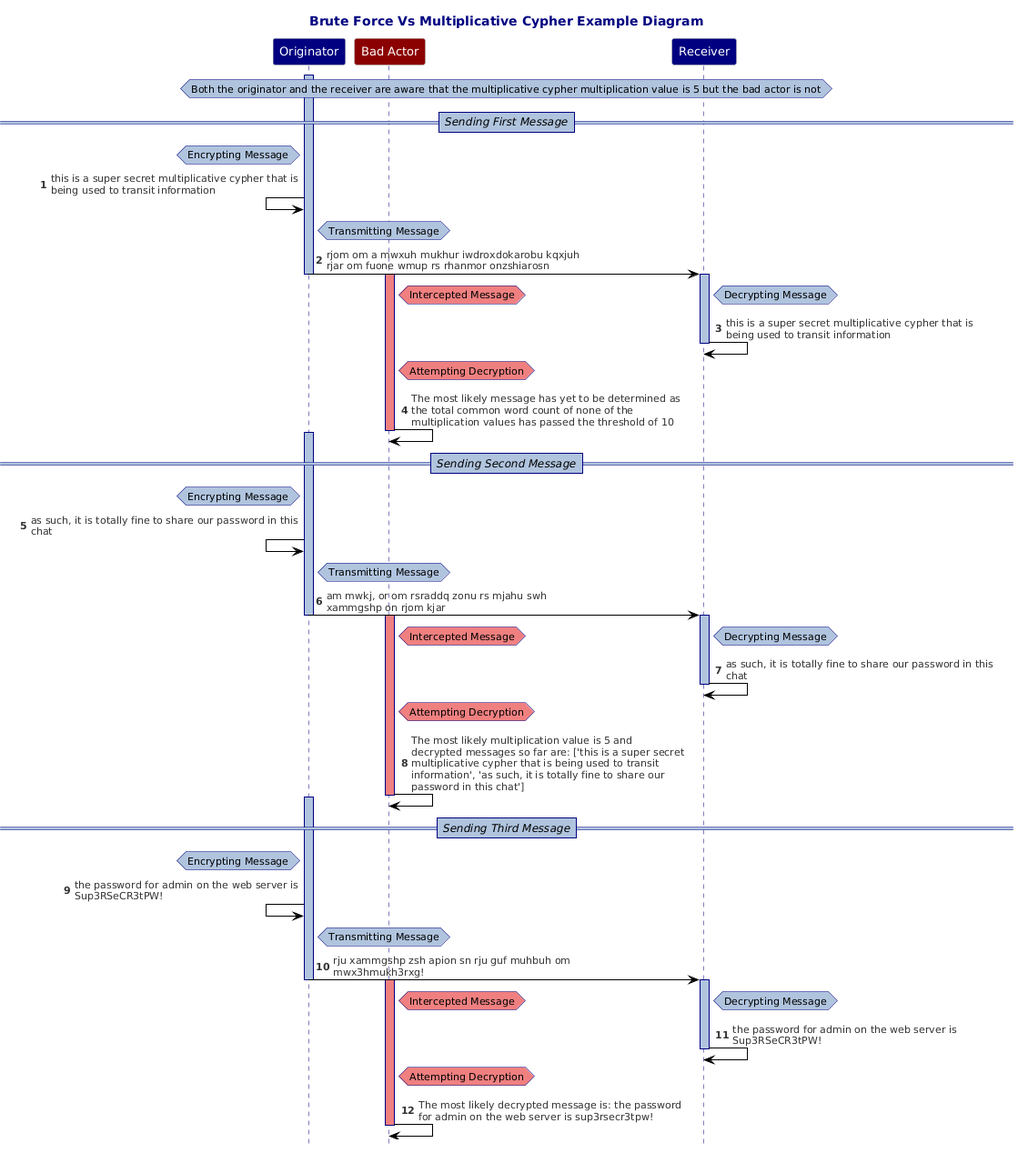
Before: GeneratingDiagrams/Diagrams/BruteForceVsMultiplicativeCypherSequence.png, a diagram exported from PlantUML (jbarbourmoore/Cryptography-Exploration).
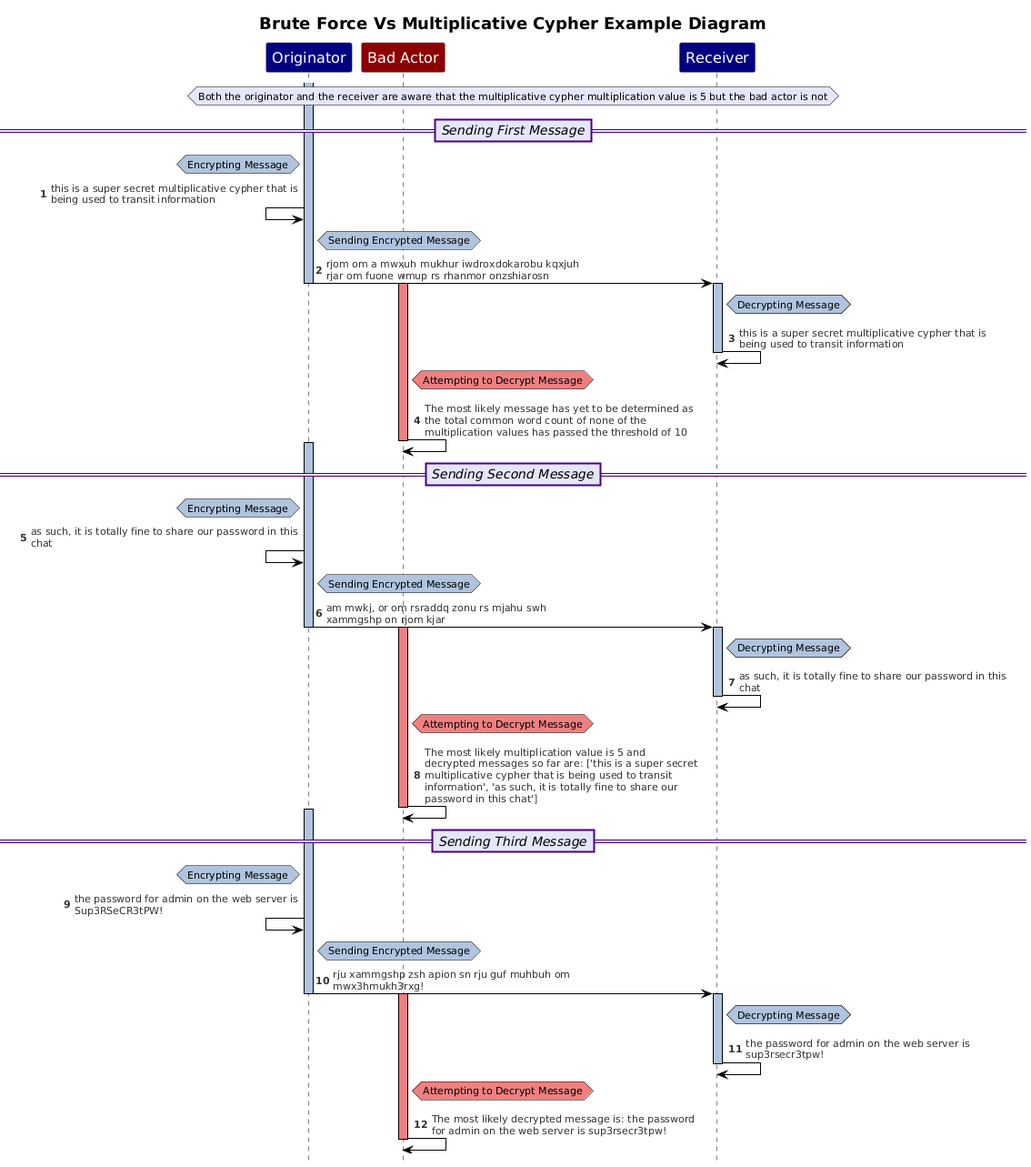
Later version of the same file.

Commit message:
Updated diagrams for caesar and multiplicative cyphers vs brute force

What changed in the source:
```diff
@@ -5,68 +5,68 @@
 autonumber
 skinparam maxMessageSize 300
 skinparam NoteBackgroundColor LightSteelBlue
-skinparam NoteBorderColor Navy
+skinparam NoteBorderColor Black
 skinparam ParticipantBackgroundColor Navy
 skinparam ParticipantFontColor White
-skinparam ParticipantFontSize 13
-skinparam TitleFontColor Navy
-skinparam SequenceLifeLineBorderColor Navy
+skinparam ParticipantFontSize 16
+skinparam TitleFontSize 18
+skinparam SequenceLifeLineBorderColor Black
 skinparam SequenceLifeLineBackgroundColor LightSteelBlue
-skinparam SequenceDividerBorderThickness 1
-skinparam SequenceDividerBorderColor Navy
-skinparam SequenceDividerBackgroundColor LightSteelBlue
-skinparam SequenceDividerFontSize 12
+skinparam SequenceDividerBorderThickness 2
+skinparam SequenceDividerBorderColor Indigo
+skinparam SequenceDividerBackgroundColor Lavender
+skinparam SequenceDividerFontSize 14
 skinparam SequenceDividerFontStyle Italic
 Participant "Originator"
 Participant "Bad Actor" #DarkRed
 Participant "Receiver"
-hnote across  : Both the originator and the receiver are aware that the multiplicative cypher multiplication value is 5 but the bad actor is not
+hnote across  #Lavender: Both the originator and the receiver are aware that the multiplicative cypher multiplication value is 5 but the bad actor is not
 ==Sending First Message==
 Activate "Originator"
 hnote left of "Originator" : Encrypting Message
 "Originator"<-"Originator": this is a super secret multiplicative cypher that is being used to transit information
-hnote right of "Originator" : Transmitting Message
+hnote right of "Originator" : Sending Encrypted Message
 "Originator"->"Receiver": rjom om a mwxuh mukhur iwdroxdokarobu kqxjuh rjar om fuone wmup rs rhanmor onzshiarosn
 Deactivate "Originator"
 Activate "Receiver"
 Activate "Bad Actor" #LightCoral
 hnote right of "Receiver" : Decrypting Message
-/ hnote right of "Bad Actor" #LightCoral: Intercepted Message
+/ hnote right of "Receiver" : Decrypting Message
 "Receiver"->"Receiver": this is a super secret multiplicative cypher that is being used to transit information
 Deactivate "Receiver"
-hnote right of "Bad Actor" #LightCoral: Attempting Decryption
+hnote right of "Bad Actor" #LightCoral: Attempting to Decrypt Message
 "Bad Actor"->"Bad Actor": The most likely message has yet to be determined as the total common word count of none of the multiplication values has passed the threshold of 10
 Deactivate "Bad Actor"
 ==Sending Second Message==
 Activate "Originator"
 hnote left of "Originator" : Encrypting Message
 "Originator"<-"Originator": as such, it is totally fine to share our password in this chat
-hnote right of "Originator" : Transmitting Message
+hnote right of "Originator" : Sending Encrypted Message
 "Originator"->"Receiver": am mwkj, or om rsraddq zonu rs mjahu swh xammgshp on rjom kjar
 Deactivate "Originator"
 Activate "Receiver"
 Activate "Bad Actor" #LightCoral
 hnote right of "Receiver" : Decrypting Message
-/ hnote right of "Bad Actor" #LightCoral: Intercepted Message
+/ hnote right of "Receiver" : Decrypting Message
 "Receiver"->"Receiver": as such, it is totally fine to share our password in this chat
 Deactivate "Receiver"
-hnote right of "Bad Actor" #LightCoral: Attempting Decryption
+hnote right of "Bad Actor" #LightCoral: Attempting to Decrypt Message
 "Bad Actor"->"Bad Actor": The most likely multiplication value is 5 and decrypted messages so far are: ['this is a super secret multiplicative cypher that is being used to transit information', 'as such, it is totally fine to share our password in this chat']
 Deactivate "Bad Actor"
 ==Sending Third Message==
 Activate "Originator"
 hnote left of "Originator" : Encrypting Message
 "Originator"<-"Originator": the password for admin on the web server is Sup3RSeCR3tPW!
-hnote right of "Originator" : Transmitting Message
+hnote right of "Originator" : Sending Encrypted Message
 "Originator"->"Receiver": rju xammgshp zsh apion sn rju guf muhbuh om mwx3hmukh3rxg!
 Deactivate "Originator"
 Activate "Receiver"
 Activate "Bad Actor" #LightCoral
 hnote right of "Receiver" : Decrypting Message
-/ hnote right of "Bad Actor" #LightCoral: Intercepted Message
-"Receiver"->"Receiver": the password for admin on the web server is Sup3RSeCR3tPW!
+/ hnote right of "Receiver" : Decrypting Message
+"Receiver"->"Receiver": the password for admin on the web server is sup3rsecr3tpw!
 Deactivate "Receiver"
-hnote right of "Bad Actor" #LightCoral: Attempting Decryption
+hnote right of "Bad Actor" #LightCoral: Attempting to Decrypt Message
 "Bad Actor"->"Bad Actor": The most likely decrypted message is: the password for admin on the web server is sup3rsecr3tpw!
 Deactivate "Bad Actor"
 @enduml
```
